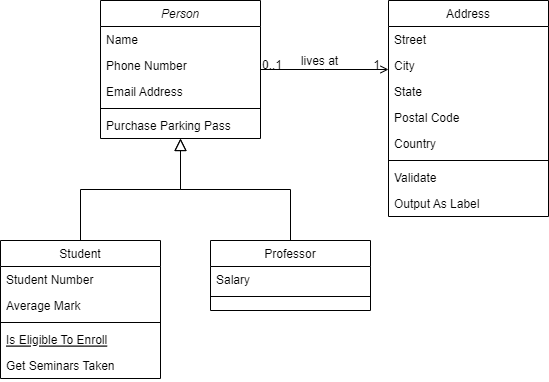
This is 4.프로그램설계/클래스 다이어그램.drawio.png from ostrichick/MaruProject, a draw.io export, as it was before one commit. Source tidied: cells renumbered, new cells last; positions are measured from the earlier drawing's top-left corner, leaving out a move shared by most shapes.
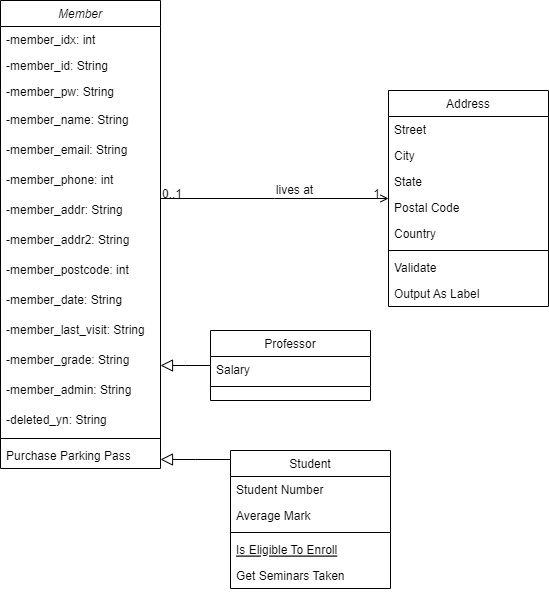
The same file after the commit.

Commit message:
클래스 다이어그램.drawio.png 업데이트

The edit, as a diff of the source:
```diff
@@ -2,26 +2,59 @@
   <root>
     <mxCell id="0" />
     <mxCell id="1" parent="0" />
-    <mxCell id="2" value="Person" style="swimlane;fontStyle=2;align=center;verticalAlign=top;horizontal=1;startSize=26;rounded=0;shadow=0;strokeWidth=1;" parent="1" vertex="1">
-      <mxGeometry x="100" width="160" height="138" as="geometry" />
+    <mxCell id="2" value="Member" style="swimlane;fontStyle=2;align=center;verticalAlign=top;horizontal=1;startSize=26;rounded=0;shadow=0;strokeWidth=1;" parent="1" vertex="1">
+      <mxGeometry y="-90" width="160" height="468" as="geometry" />
     </mxCell>
-    <mxCell id="3" value="Name" style="text;align=left;verticalAlign=top;spacingLeft=4;spacingRight=4;overflow=hidden;" parent="2" vertex="1">
+    <mxCell id="3" value="-member_idx: int&#10;" style="text;align=left;verticalAlign=top;spacingLeft=4;spacingRight=4;overflow=hidden;" parent="2" vertex="1">
       <mxGeometry y="26" width="160" height="26" as="geometry" />
     </mxCell>
-    <mxCell id="4" value="Phone Number" style="text;align=left;verticalAlign=top;spacingLeft=4;spacingRight=4;overflow=hidden;rounded=0;shadow=0;html=0;" parent="2" vertex="1">
+    <mxCell id="4" value="-member_id: String" style="text;align=left;verticalAlign=top;spacingLeft=4;spacingRight=4;overflow=hidden;rounded=0;shadow=0;html=0;" parent="2" vertex="1">
       <mxGeometry y="52" width="160" height="26" as="geometry" />
     </mxCell>
-    <mxCell id="5" value="Email Address" style="text;align=left;verticalAlign=top;spacingLeft=4;spacingRight=4;overflow=hidden;rounded=0;shadow=0;html=0;" parent="2" vertex="1">
+    <mxCell id="5" value="-member_pw: String" style="text;align=left;verticalAlign=top;spacingLeft=4;spacingRight=4;overflow=hidden;rounded=0;shadow=0;html=0;" parent="2" vertex="1">
       <mxGeometry y="78" width="160" height="26" as="geometry" />
     </mxCell>
+    <mxCell id="32" value="-member_name: String" style="text;strokeColor=none;fillColor=none;align=left;verticalAlign=middle;spacingLeft=4;spacingRight=4;overflow=hidden;" parent="2" vertex="1">
+      <mxGeometry y="104" width="160" height="30" as="geometry" />
+    </mxCell>
+    <mxCell id="33" value="-member_email: String" style="text;strokeColor=none;fillColor=none;align=left;verticalAlign=middle;spacingLeft=4;spacingRight=4;overflow=hidden;" parent="2" vertex="1">
+      <mxGeometry y="134" width="160" height="30" as="geometry" />
+    </mxCell>
+    <mxCell id="34" value="-member_phone: int" style="text;strokeColor=none;fillColor=none;align=left;verticalAlign=middle;spacingLeft=4;spacingRight=4;overflow=hidden;" parent="2" vertex="1">
+      <mxGeometry y="164" width="160" height="30" as="geometry" />
+    </mxCell>
+    <mxCell id="35" value="-member_addr: String" style="text;strokeColor=none;fillColor=none;align=left;verticalAlign=middle;spacingLeft=4;spacingRight=4;overflow=hidden;" parent="2" vertex="1">
+      <mxGeometry y="194" width="160" height="30" as="geometry" />
+    </mxCell>
+    <mxCell id="36" value="-member_addr2: String" style="text;strokeColor=none;fillColor=none;align=left;verticalAlign=middle;spacingLeft=4;spacingRight=4;overflow=hidden;" parent="2" vertex="1">
+      <mxGeometry y="224" width="160" height="30" as="geometry" />
+    </mxCell>
+    <mxCell id="37" value="-member_postcode: int" style="text;strokeColor=none;fillColor=none;align=left;verticalAlign=middle;spacingLeft=4;spacingRight=4;overflow=hidden;" parent="2" vertex="1">
+      <mxGeometry y="254" width="160" height="30" as="geometry" />
+    </mxCell>
+    <mxCell id="38" value="-member_date: String" style="text;strokeColor=none;fillColor=none;align=left;verticalAlign=middle;spacingLeft=4;spacingRight=4;overflow=hidden;" parent="2" vertex="1">
+      <mxGeometry y="284" width="160" height="30" as="geometry" />
+    </mxCell>
+    <mxCell id="39" value="-member_last_visit: String" style="text;strokeColor=none;fillColor=none;align=left;verticalAlign=middle;spacingLeft=4;spacingRight=4;overflow=hidden;" parent="2" vertex="1">
+      <mxGeometry y="314" width="160" height="30" as="geometry" />
+    </mxCell>
+    <mxCell id="40" value="-member_grade: String" style="text;strokeColor=none;fillColor=none;align=left;verticalAlign=middle;spacingLeft=4;spacingRight=4;overflow=hidden;" parent="2" vertex="1">
+      <mxGeometry y="344" width="160" height="30" as="geometry" />
+    </mxCell>
+    <mxCell id="41" value="-member_admin: String" style="text;strokeColor=none;fillColor=none;align=left;verticalAlign=middle;spacingLeft=4;spacingRight=4;overflow=hidden;" parent="2" vertex="1">
+      <mxGeometry y="374" width="160" height="30" as="geometry" />
+    </mxCell>
+    <mxCell id="42" value="-deleted_yn: String" style="text;strokeColor=none;fillColor=none;align=left;verticalAlign=middle;spacingLeft=4;spacingRight=4;overflow=hidden;" parent="2" vertex="1">
+      <mxGeometry y="404" width="160" height="30" as="geometry" />
+    </mxCell>
     <mxCell id="6" style="line;html=1;strokeWidth=1;align=left;verticalAlign=middle;spacingTop=-1;spacingLeft=3;spacingRight=3;labelPosition=right;" parent="2" vertex="1">
-      <mxGeometry y="104" width="160" height="8" as="geometry" />
+      <mxGeometry y="434" width="160" height="8" as="geometry" />
     </mxCell>
     <mxCell id="7" value="Purchase Parking Pass" style="text;align=left;verticalAlign=top;spacingLeft=4;spacingRight=4;overflow=hidden;" parent="2" vertex="1">
-      <mxGeometry y="112" width="160" height="26" as="geometry" />
+      <mxGeometry y="442" width="160" height="26" as="geometry" />
     </mxCell>
     <mxCell id="8" value="Student" style="swimlane;fontStyle=0;align=center;verticalAlign=top;horizontal=1;startSize=26;rounded=0;shadow=0;strokeWidth=1;" parent="1" vertex="1">
-      <mxGeometry y="240" width="160" height="138" as="geometry" />
+      <mxGeometry x="230" y="360" width="160" height="138" as="geometry" />
     </mxCell>
     <mxCell id="9" value="Student Number" style="text;align=left;verticalAlign=top;spacingLeft=4;spacingRight=4;overflow=hidden;" parent="8" vertex="1">
       <mxGeometry y="26" width="160" height="26" as="geometry" />
```
